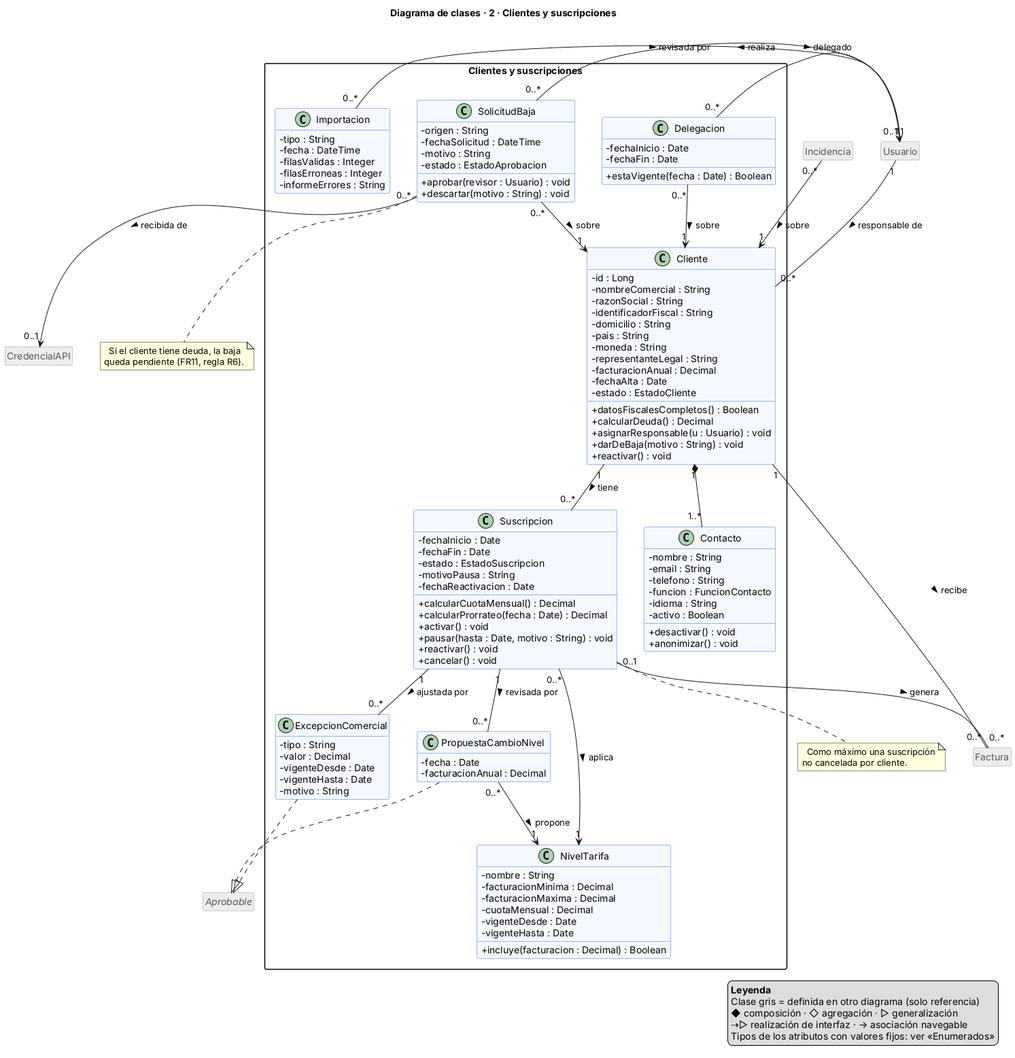
This is docs/Finales/Diagrama Clases/Imagenes Finales/DiagramaClases_2_Clientes.png from ItsYous3fBro/turbine_ADAP, a PlantUML export, as it was before one commit. The source it was exported from:
```plantuml
@startuml DiagramaClases_2_Clientes
title Diagrama de clases · 2 · Clientes y suscripciones
skinparam shadowing false
skinparam classAttributeIconSize 0
skinparam packageStyle rectangle
skinparam nodesep 40
skinparam ranksep 50
skinparam class {
  BackgroundColor #F5F8FF
  BorderColor #3B6FD8
  BackgroundColor<<ref>> #EDEDED
  BorderColor<<ref>> #9A9A9A
  FontColor<<ref>> #555555
}
hide empty members
hide <<ref>> members
hide <<ref>> stereotype
hide <<ref>> circle

package "Clientes y suscripciones" {
class Cliente {
  - id : Long
  - nombreComercial : String
  - razonSocial : String
  - identificadorFiscal : String
  - domicilio : String
  - pais : String
  - moneda : String
  - representanteLegal : String
  - facturacionAnual : Decimal
  - fechaAlta : Date
  - estado : EstadoCliente
  + datosFiscalesCompletos() : Boolean
  + calcularDeuda() : Decimal
  + asignarResponsable(u : Usuario) : void
  + darDeBaja(motivo : String) : void
  + reactivar() : void
  }
class Contacto {
  - nombre : String
  - email : String
  - telefono : String
  - funcion : FuncionContacto
  - idioma : String
  - activo : Boolean
  + desactivar() : void
  + anonimizar() : void
  }
class Delegacion {
  - fechaInicio : Date
  - fechaFin : Date
  + estaVigente(fecha : Date) : Boolean
  }
class Suscripcion {
  - fechaInicio : Date
  - fechaFin : Date
  - estado : EstadoSuscripcion
  - motivoPausa : String
  - fechaReactivacion : Date
  + calcularCuotaMensual() : Decimal
  + calcularProrrateo(fecha : Date) : Decimal
  + activar() : void
  + pausar(hasta : Date, motivo : String) : void
  + reactivar() : void
  + cancelar() : void
  }
class NivelTarifa {
  - nombre : String
  - facturacionMinima : Decimal
  - facturacionMaxima : Decimal
  - cuotaMensual : Decimal
  - vigenteDesde : Date
  - vigenteHasta : Date
  + incluye(facturacion : Decimal) : Boolean
  }
class ExcepcionComercial {
  - tipo : String
  - valor : Decimal
  - vigenteDesde : Date
  - vigenteHasta : Date
  - motivo : String
  }
class PropuestaCambioNivel {
  - fecha : Date
  - facturacionAnual : Decimal
  }
class SolicitudBaja {
  - origen : String
  - fechaSolicitud : DateTime
  - motivo : String
  - estado : EstadoAprobacion
  + aprobar(revisor : Usuario) : void
  + descartar(motivo : String) : void
  }
class Importacion {
  - tipo : String
  - fecha : DateTime
  - filasValidas : Integer
  - filasErroneas : Integer
  - informeErrores : String
  }
}
interface Aprobable <<ref>>
class CredencialAPI <<ref>>
class Factura <<ref>>
class Incidencia <<ref>>
class Usuario <<ref>>
note bottom of Suscripcion
  Como máximo una suscripción
no cancelada por cliente.
end note
note bottom of SolicitudBaja
  Si el cliente tiene deuda, la baja
queda pendiente (FR11, regla R6).
end note
Usuario "1" -- "0..*" Cliente : responsable de >
Delegacion "0..*" --> "1" Cliente : sobre >
Delegacion "0..*" --> "1" Usuario : delegado >
Cliente "1" *-- "1..*" Contacto
Cliente "1" -- "0..*" Suscripcion : tiene >
Suscripcion "0..*" --> "1" NivelTarifa : aplica >
Suscripcion "1" -- "0..*" ExcepcionComercial : ajustada por >
Suscripcion "1" -- "0..*" PropuestaCambioNivel : revisada por >
PropuestaCambioNivel "0..*" --> "1" NivelTarifa : propone >
Usuario "1" -- "0..*" Importacion : realiza >
SolicitudBaja "0..*" --> "1" Cliente : sobre >
SolicitudBaja "0..*" --> "0..1" Usuario : revisada por >
SolicitudBaja "0..*" --> "0..1" CredencialAPI : recibida de >
Cliente "1" -- "0..*" Factura : recibe >
Suscripcion "0..1" -- "0..*" Factura : genera >
ExcepcionComercial ..|> Aprobable
PropuestaCambioNivel ..|> Aprobable
Incidencia "0..*" --> "1" Cliente : sobre >
legend right
  <b>Leyenda</b>
  Clase gris = definida en otro diagrama (solo referencia)
  ◆ composición · ◇ agregación · ▷ generalización
  ⇢▷ realización de interfaz · → asociación navegable
  Tipos de los atributos con valores fijos: ver «Enumerados»
endlegend
@enduml
```
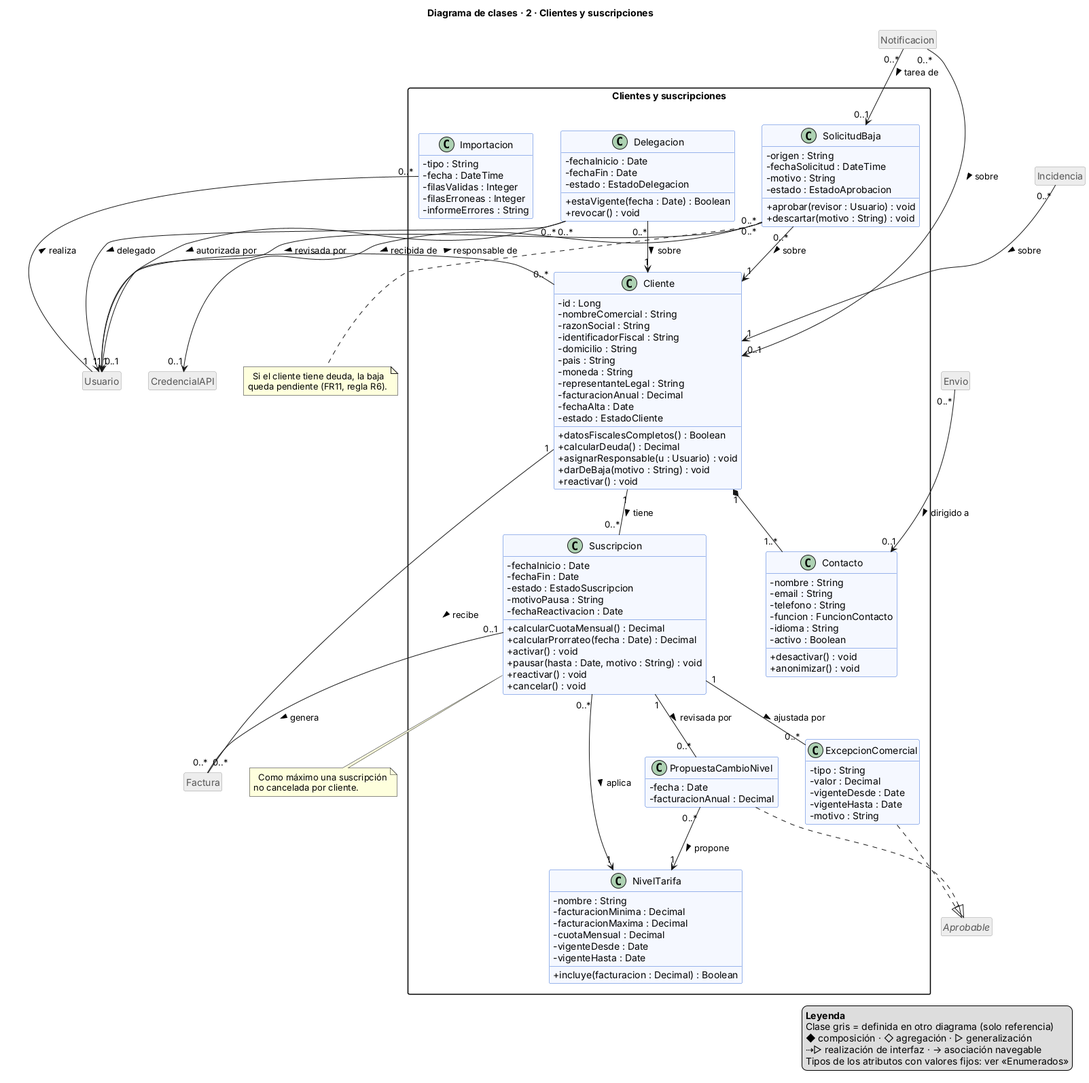
Later version of the same file.

Diff of the diagram source:
```diff
@@ -49,7 +49,9 @@
 class Delegacion {
   - fechaInicio : Date
   - fechaFin : Date
+  - estado : EstadoDelegacion
   + estaVigente(fecha : Date) : Boolean
+  + revocar() : void
   }
 class Suscripcion {
   - fechaInicio : Date
@@ -102,8 +104,10 @@
 }
 interface Aprobable <<ref>>
 class CredencialAPI <<ref>>
+class Envio <<ref>>
 class Factura <<ref>>
 class Incidencia <<ref>>
+class Notificacion <<ref>>
 class Usuario <<ref>>
 note bottom of Suscripcion
   Como máximo una suscripción
@@ -116,6 +120,7 @@
 Usuario "1" -- "0..*" Cliente : responsable de >
 Delegacion "0..*" --> "1" Cliente : sobre >
 Delegacion "0..*" --> "1" Usuario : delegado >
+Delegacion "0..*" --> "1" Usuario : autorizada por >
 Cliente "1" *-- "1..*" Contacto
 Cliente "1" -- "0..*" Suscripcion : tiene >
 Suscripcion "0..*" --> "1" NivelTarifa : aplica >
@@ -130,6 +135,9 @@
 Suscripcion "0..1" -- "0..*" Factura : genera >
 ExcepcionComercial ..|> Aprobable
 PropuestaCambioNivel ..|> Aprobable
+Envio "0..*" --> "0..1" Contacto : dirigido a >
+Notificacion "0..*" --> "0..1" Cliente : sobre >
+Notificacion "0..*" --> "0..1" SolicitudBaja : tarea de >
 Incidencia "0..*" --> "1" Cliente : sobre >
 legend right
   <b>Leyenda</b>
```
